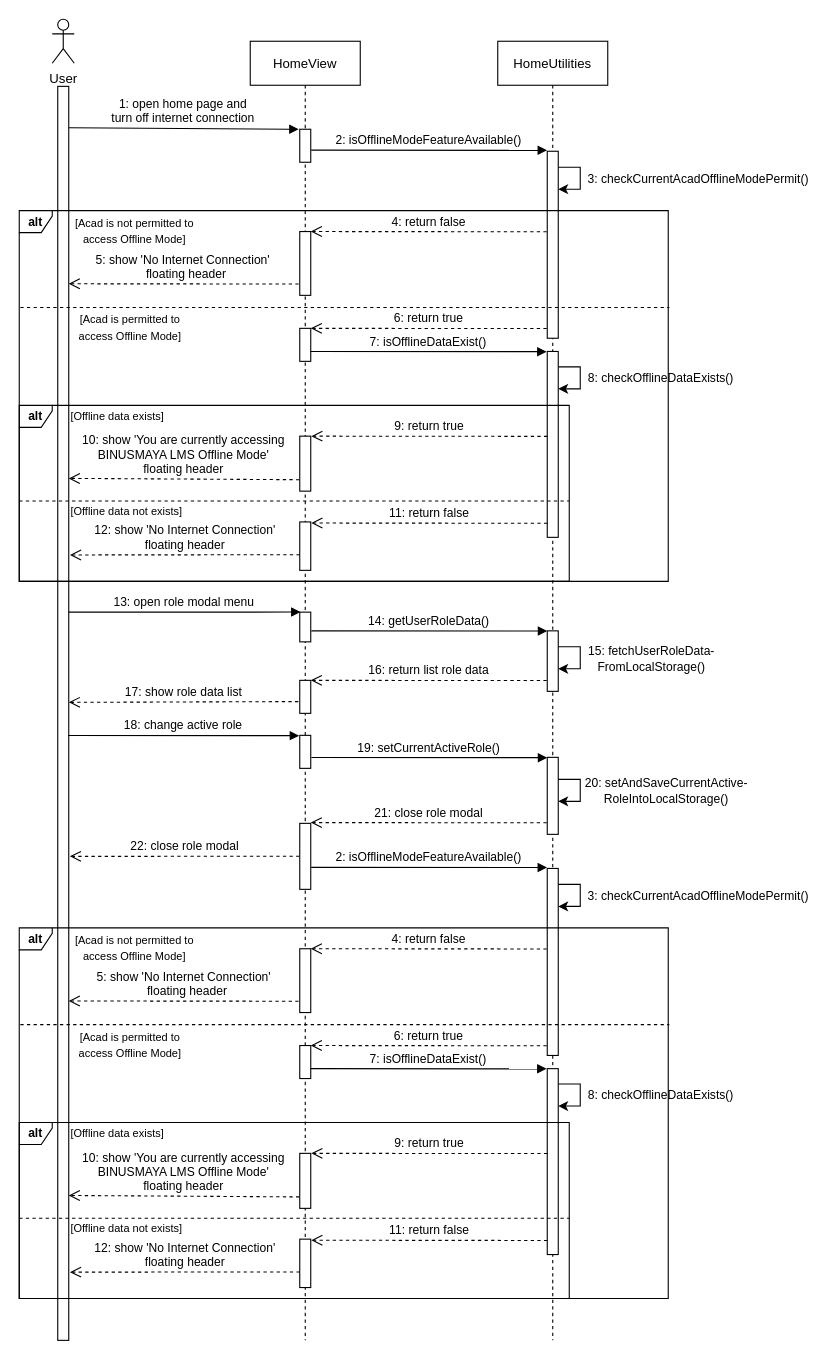
The draw.io diagram diagrams/03. view_my_course/Sequence Diagram.drawio in angeliawidjaja/offline-mode-paper, before the edit. Source tidied: cells renumbered, new cells numbered last; positions are measured from the earlier drawing's top-left corner, leaving out a move shared by most shapes. Both pictures are drawn from the tidied source at 110%, with x=0, y=0 at pixel (19, 19).
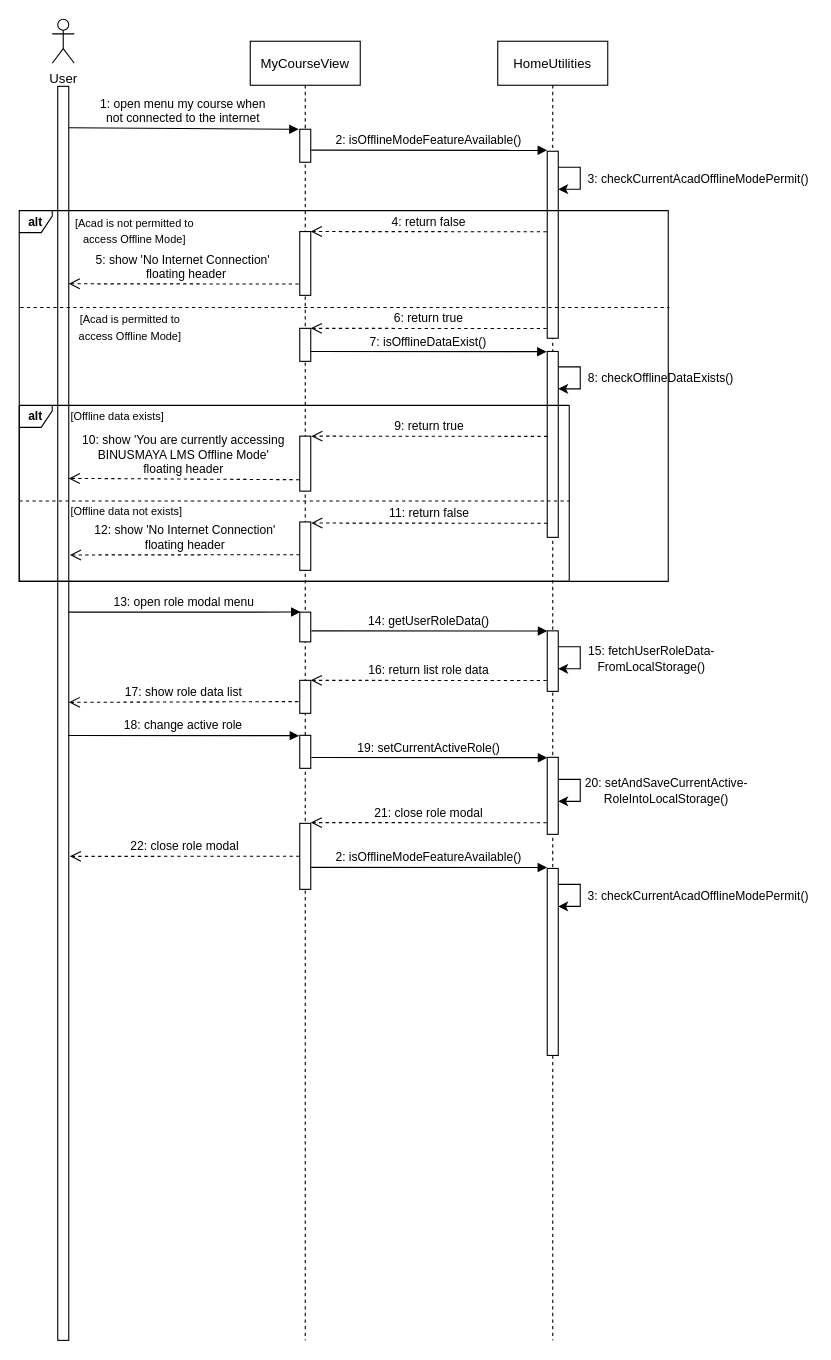
Above is the later version.

What changed in the source:
```diff
@@
-    <mxCell id="2" value="HomeView" style="shape=umlLifeline;perimeter=lifelinePerimeter;rounded=0;shadow=0;strokeWidth=1;" parent="1" vertex="1">
+    <mxCell id="2" value="MyCourseView" style="shape=umlLifeline;perimeter=lifelinePerimeter;rounded=0;shadow=0;strokeWidth=1;" parent="1" vertex="1">
       <mxGeometry x="210" y="20" width="100" height="1181" as="geometry" />
     </mxCell>
@@
-    <mxCell id="4" value="1: open home page and &#10;turn off internet connection" style="verticalAlign=bottom;endArrow=block;shadow=0;strokeWidth=1;fontStyle=0;labelBorderColor=none;labelBackgroundColor=none;exitX=1.021;exitY=0.034;exitDx=0;exitDy=0;exitPerimeter=0;" parent="2" edge="1">
+    <mxCell id="4" value="1: open menu my course when &#10;not connected to the internet" style="verticalAlign=bottom;endArrow=block;shadow=0;strokeWidth=1;fontStyle=0;labelBorderColor=none;labelBackgroundColor=none;exitX=1.021;exitY=0.034;exitDx=0;exitDy=0;exitPerimeter=0;" parent="2" edge="1">
       <mxGeometry relative="1" as="geometry">
         <mxPoint x="-164.8" y="78.6" as="sourcePoint" />
         <mxPoint x="44" y="80" as="targetPoint" />
       </mxGeometry>
     </mxCell>
@@
-    <mxCell id="58" value="&lt;b&gt;alt&lt;/b&gt;" style="shape=umlFrame;whiteSpace=wrap;html=1;fontSize=11;width=30;height=20;fillColor=none;" parent="1" vertex="1">
-      <mxGeometry y="826" width="590" height="337" as="geometry" />
-    </mxCell>
-    <mxCell id="59" value="&lt;span style=&quot;font-size: 10px;&quot;&gt;[Acad is not permitted to access Offline Mode]&lt;/span&gt;" style="text;html=1;strokeColor=none;fillColor=none;align=center;verticalAlign=middle;whiteSpace=wrap;rounded=0;" parent="1" vertex="1">
-      <mxGeometry x="50" y="826" width="110" height="35.5" as="geometry" />
-    </mxCell>
-    <mxCell id="60" style="perimeter=orthogonalPerimeter;rounded=0;shadow=0;strokeWidth=1;" parent="1" vertex="1">
-      <mxGeometry x="255" y="845" width="10" height="58" as="geometry" />
-    </mxCell>
-    <mxCell id="61" value="4: return false" style="verticalAlign=bottom;endArrow=open;dashed=1;endSize=8;exitX=0;exitY=0.95;shadow=0;strokeWidth=1;entryX=1.046;entryY=0.283;entryDx=0;entryDy=0;entryPerimeter=0;" parent="1" edge="1">
-      <mxGeometry relative="1" as="geometry">
-        <mxPoint x="479.5" y="845.2" as="sourcePoint" />
-        <mxPoint x="265" y="845" as="targetPoint" />
-      </mxGeometry>
-    </mxCell>
-    <mxCell id="62" style="line;strokeWidth=1;fillColor=none;align=left;verticalAlign=middle;spacingTop=-1;spacingLeft=3;spacingRight=3;labelPosition=right;strokeColor=inherit;fontSize=10;dashed=1;" parent="1" vertex="1">
-      <mxGeometry x="1" y="910" width="590" height="8" as="geometry" />
-    </mxCell>
-    <mxCell id="63" value="&lt;span style=&quot;font-size: 10px;&quot;&gt;[Acad is permitted to access Offline Mode]&lt;/span&gt;" style="text;html=1;strokeColor=none;fillColor=none;align=center;verticalAlign=middle;whiteSpace=wrap;rounded=0;" parent="1" vertex="1">
-      <mxGeometry x="46" y="914" width="110" height="35.5" as="geometry" />
-    </mxCell>
-    <mxCell id="64" value="6: return true" style="verticalAlign=bottom;endArrow=open;dashed=1;endSize=8;exitX=0;exitY=0.95;shadow=0;strokeWidth=1;entryX=1.046;entryY=0.283;entryDx=0;entryDy=0;entryPerimeter=0;" parent="1" edge="1">
-      <mxGeometry relative="1" as="geometry">
-        <mxPoint x="479.5" y="933.2" as="sourcePoint" />
-        <mxPoint x="265" y="933" as="targetPoint" />
-      </mxGeometry>
-    </mxCell>
-    <mxCell id="65" value="5: show 'No Internet Connection'&#10;  floating header" style="verticalAlign=bottom;endArrow=open;dashed=1;endSize=8;shadow=0;strokeWidth=1;entryX=1.046;entryY=0.283;entryDx=0;entryDy=0;entryPerimeter=0;exitX=-0.105;exitY=0.86;exitDx=0;exitDy=0;exitPerimeter=0;labelBackgroundColor=none;" parent="1" edge="1">
-      <mxGeometry relative="1" as="geometry">
-        <mxPoint x="253.9" y="892.7" as="sourcePoint" />
-        <mxPoint x="45" y="892.5" as="targetPoint" />
-      </mxGeometry>
-    </mxCell>
-    <mxCell id="66" style="perimeter=orthogonalPerimeter;rounded=0;shadow=0;strokeWidth=1;" parent="1" vertex="1">
-      <mxGeometry x="255" y="933" width="10" height="30" as="geometry" />
-    </mxCell>
-    <mxCell id="67" value="7: isOfflineDataExist()" style="verticalAlign=bottom;endArrow=block;shadow=0;strokeWidth=1;fontStyle=0;labelBorderColor=none;labelBackgroundColor=none;entryX=-0.024;entryY=0.003;entryDx=0;entryDy=0;entryPerimeter=0;" parent="1" edge="1">
-      <mxGeometry relative="1" as="geometry">
-        <mxPoint x="265" y="954" as="sourcePoint" />
-        <mxPoint x="479.4" y="954.2" as="targetPoint" />
-      </mxGeometry>
-    </mxCell>
-    <mxCell id="68" style="endArrow=classic;html=1;rounded=0;labelBackgroundColor=none;labelBorderColor=none;edgeStyle=elbowEdgeStyle;" parent="1" edge="1">
-      <mxGeometry x="-1" y="41" relative="1" as="geometry">
-        <mxPoint x="490" y="968" as="sourcePoint" />
-        <mxPoint x="490" y="988" as="targetPoint" />
-        <Array as="points">
-          <mxPoint x="510" y="978" />
-        </Array>
-        <mxPoint x="-40" y="31" as="offset" />
-      </mxGeometry>
-    </mxCell>
-    <mxCell id="69" value="&lt;font style=&quot;font-size: 11px;&quot;&gt;8: checkOfflineDataExists()&lt;/font&gt;" style="text;html=1;strokeColor=none;fillColor=none;align=center;verticalAlign=middle;whiteSpace=wrap;rounded=0;" parent="1" vertex="1">
-      <mxGeometry x="516" y="967.5" width="135" height="20" as="geometry" />
-    </mxCell>
-    <mxCell id="70" style="perimeter=orthogonalPerimeter;rounded=0;shadow=0;strokeWidth=1;" parent="1" vertex="1">
-      <mxGeometry x="480" y="954" width="10" height="169" as="geometry" />
-    </mxCell>
-    <mxCell id="71" value="&lt;b&gt;alt&lt;/b&gt;" style="shape=umlFrame;whiteSpace=wrap;html=1;fontSize=11;width=30;height=20;fillColor=none;" parent="1" vertex="1">
-      <mxGeometry y="1003" width="500" height="160" as="geometry" />
-    </mxCell>
-    <mxCell id="72" value="&lt;span style=&quot;font-size: 10px;&quot;&gt;[Offline data exists]&lt;/span&gt;" style="text;html=1;strokeColor=none;fillColor=none;align=left;verticalAlign=middle;whiteSpace=wrap;rounded=0;" parent="1" vertex="1">
-      <mxGeometry x="45" y="1003" width="110" height="20" as="geometry" />
-    </mxCell>
-    <mxCell id="73" value="9: return true" style="verticalAlign=bottom;endArrow=open;dashed=1;endSize=8;exitX=0;exitY=0.95;shadow=0;strokeWidth=1;entryX=1.046;entryY=0.283;entryDx=0;entryDy=0;entryPerimeter=0;" parent="1" edge="1">
-      <mxGeometry relative="1" as="geometry">
-        <mxPoint x="480" y="1031.2" as="sourcePoint" />
-        <mxPoint x="265.5" y="1031" as="targetPoint" />
-      </mxGeometry>
-    </mxCell>
-    <mxCell id="74" style="perimeter=orthogonalPerimeter;rounded=0;shadow=0;strokeWidth=1;" parent="1" vertex="1">
-      <mxGeometry x="255" y="1031" width="10" height="50" as="geometry" />
-    </mxCell>
-    <mxCell id="75" value="10: show 'You are currently accessing &#10;BINUSMAYA LMS Offline Mode' &#10;floating header" style="verticalAlign=bottom;endArrow=open;dashed=1;endSize=8;shadow=0;strokeWidth=1;entryX=1.046;entryY=0.283;entryDx=0;entryDy=0;entryPerimeter=0;exitX=-0.036;exitY=0.882;exitDx=0;exitDy=0;exitPerimeter=0;labelBackgroundColor=none;" parent="1" edge="1">
-      <mxGeometry relative="1" as="geometry">
-        <mxPoint x="254.6" y="1070.6" as="sourcePoint" />
-        <mxPoint x="45" y="1069.3" as="targetPoint" />
-      </mxGeometry>
-    </mxCell>
-    <mxCell id="76" style="line;strokeWidth=1;fillColor=none;align=left;verticalAlign=middle;spacingTop=-1;spacingLeft=3;spacingRight=3;labelPosition=right;strokeColor=inherit;fontSize=10;dashed=1;" parent="1" vertex="1">
-      <mxGeometry y="1086" width="500" height="8" as="geometry" />
-    </mxCell>
-    <mxCell id="77" value="&lt;span style=&quot;font-size: 10px;&quot;&gt;[Offline data not exists]&lt;/span&gt;" style="text;html=1;strokeColor=none;fillColor=none;align=left;verticalAlign=middle;whiteSpace=wrap;rounded=0;" parent="1" vertex="1">
-      <mxGeometry x="45" y="1089" width="110" height="20" as="geometry" />
-    </mxCell>
-    <mxCell id="78" style="perimeter=orthogonalPerimeter;rounded=0;shadow=0;strokeWidth=1;" parent="1" vertex="1">
-      <mxGeometry x="255" y="1109" width="10" height="44" as="geometry" />
-    </mxCell>
-    <mxCell id="79" value="11: return false" style="verticalAlign=bottom;endArrow=open;dashed=1;endSize=8;exitX=0;exitY=0.95;shadow=0;strokeWidth=1;entryX=1.046;entryY=0.283;entryDx=0;entryDy=0;entryPerimeter=0;" parent="1" edge="1">
-      <mxGeometry relative="1" as="geometry">
-        <mxPoint x="480" y="1110.2" as="sourcePoint" />
-        <mxPoint x="265.5" y="1110" as="targetPoint" />
-      </mxGeometry>
-    </mxCell>
-    <mxCell id="80" value="12: show 'No Internet Connection' &#10;floating header" style="verticalAlign=bottom;endArrow=open;dashed=1;endSize=8;shadow=0;strokeWidth=1;entryX=1.046;entryY=0.283;entryDx=0;entryDy=0;entryPerimeter=0;exitX=0;exitY=0.908;exitDx=0;exitDy=0;exitPerimeter=0;labelBackgroundColor=none;" parent="1" edge="1">
-      <mxGeometry relative="1" as="geometry">
-        <mxPoint x="255" y="1138.8" as="sourcePoint" />
-        <mxPoint x="46.1" y="1139" as="targetPoint" />
-      </mxGeometry>
-    </mxCell>
```
